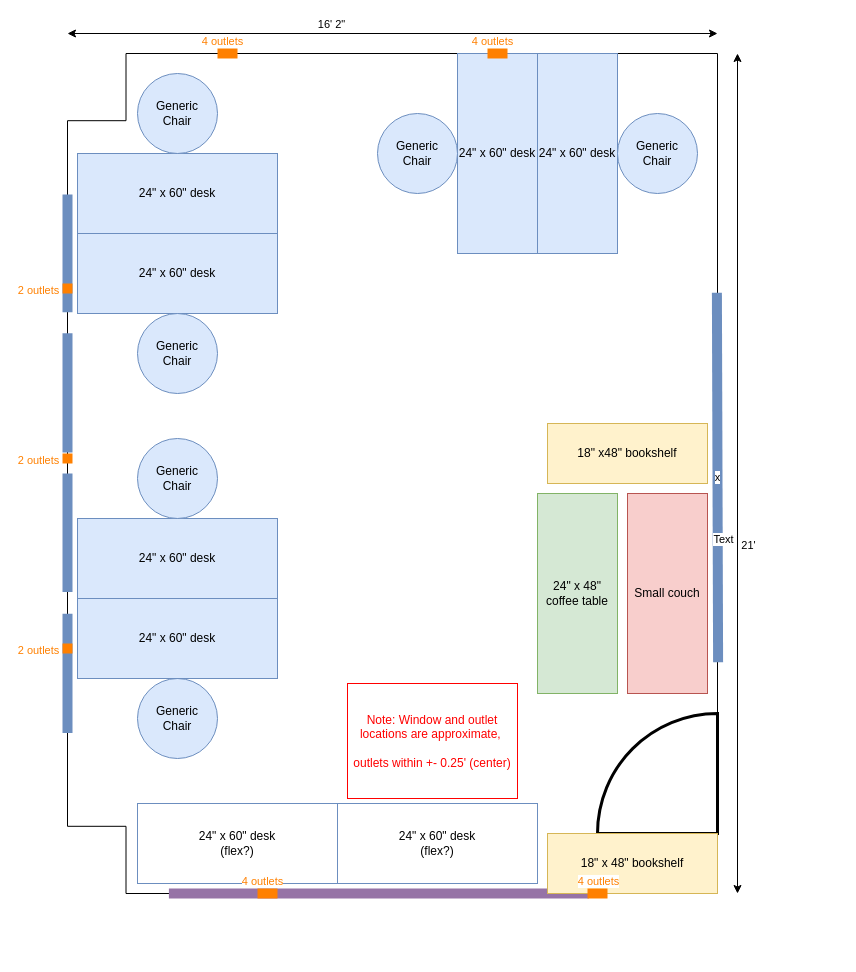
Before: Y2E2_291-Proposed2022-07-21.drawio in stephaniechin/Y2E2-291, a draw.io diagram. Source tidied: cells renumbered, new cells numbered last; positions are measured from the earlier drawing's top-left corner, leaving out a move shared by most shapes. Both pictures are drawn from the tidied source at 100%, with x=0, y=0 at pixel (67, 33).
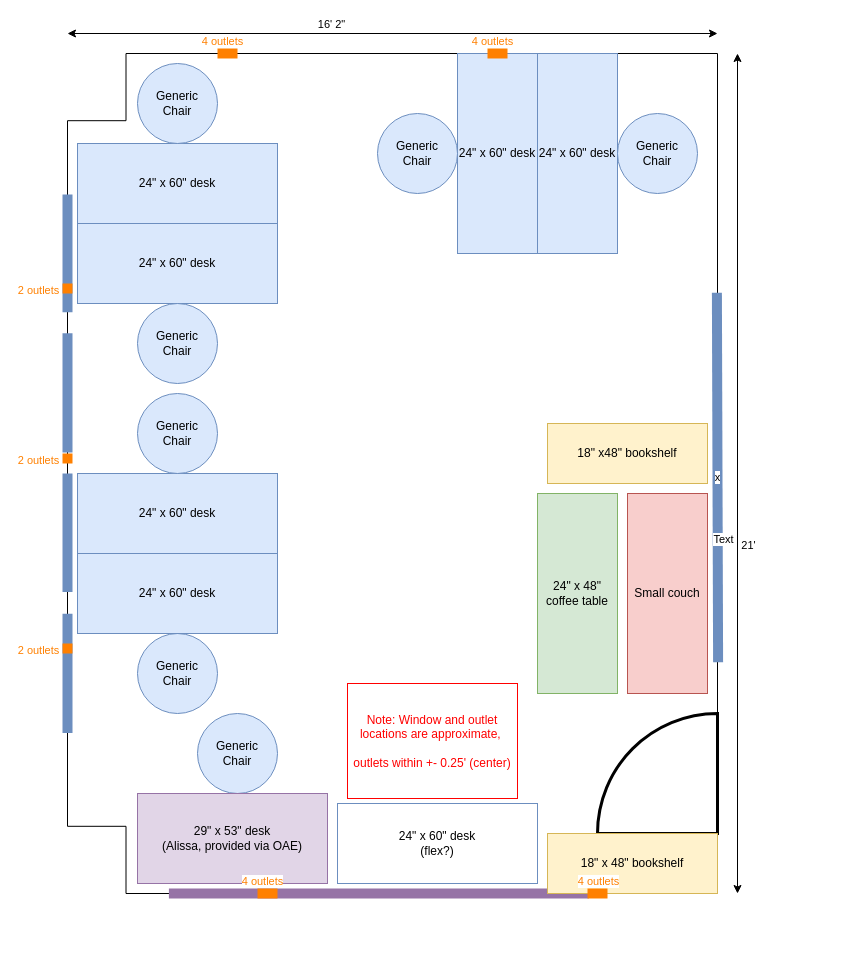
The same diagram, later.

Commit message:
added Alissa's desk

What changed in the source:
```diff
@@
+    <mxCell id="52" value="Generic &lt;br&gt;Chair" style="ellipse;whiteSpace=wrap;html=1;fillColor=#dae8fc;strokeColor=#6c8ebf;" parent="16" vertex="1">
+      <mxGeometry x="130" y="680" width="80" height="80" as="geometry" />
+    </mxCell>
@@
     <mxCell id="22" value="24&quot; x 60&quot; desk" style="rounded=0;whiteSpace=wrap;html=1;rotation=0;fillColor=#dae8fc;strokeColor=#6c8ebf;direction=east;" parent="18" vertex="1">
-      <mxGeometry x="10" y="485" width="200" height="80" as="geometry" />
+      <mxGeometry x="10" y="440" width="200" height="80" as="geometry" />
     </mxCell>
@@
     <mxCell id="25" value="Generic &lt;br&gt;Chair" style="ellipse;whiteSpace=wrap;html=1;fillColor=#dae8fc;strokeColor=#6c8ebf;" parent="18" vertex="1">
-      <mxGeometry x="70" y="645" width="80" height="80" as="geometry" />
+      <mxGeometry x="70" y="600" width="80" height="80" as="geometry" />
     </mxCell>
     <mxCell id="26" value="Generic &lt;br&gt;Chair" style="ellipse;whiteSpace=wrap;html=1;fillColor=#dae8fc;strokeColor=#6c8ebf;" parent="18" vertex="1">
-      <mxGeometry x="70" y="405" width="80" height="80" as="geometry" />
+      <mxGeometry x="70" y="360" width="80" height="80" as="geometry" />
     </mxCell>
@@
     <mxCell id="29" value="24&quot; x 60&quot; desk" style="rounded=0;whiteSpace=wrap;html=1;rotation=0;fillColor=#dae8fc;strokeColor=#6c8ebf;direction=west;" parent="18" vertex="1">
-      <mxGeometry x="10" y="565" width="200" height="80" as="geometry" />
+      <mxGeometry x="10" y="520" width="200" height="80" as="geometry" />
     </mxCell>
@@
     <mxCell id="31" value="24&quot; x 60&quot; desk" style="rounded=0;whiteSpace=wrap;html=1;rotation=0;fillColor=#dae8fc;strokeColor=#6c8ebf;" parent="18" vertex="1">
-      <mxGeometry x="10" y="200" width="200" height="80" as="geometry" />
+      <mxGeometry x="10" y="190" width="200" height="80" as="geometry" />
     </mxCell>
     <mxCell id="32" value="24&quot; x 60&quot; desk" style="rounded=0;whiteSpace=wrap;html=1;rotation=0;fillColor=#dae8fc;strokeColor=#6c8ebf;direction=west;" parent="18" vertex="1">
-      <mxGeometry x="10" y="120" width="200" height="80" as="geometry" />
+      <mxGeometry x="10" y="110" width="200" height="80" as="geometry" />
     </mxCell>
     <mxCell id="33" value="Generic &lt;br&gt;Chair" style="ellipse;whiteSpace=wrap;html=1;fillColor=#dae8fc;strokeColor=#6c8ebf;" parent="18" vertex="1">
-      <mxGeometry x="70" y="280" width="80" height="80" as="geometry" />
+      <mxGeometry x="70" y="270" width="80" height="80" as="geometry" />
     </mxCell>
     <mxCell id="34" value="Generic &lt;br&gt;Chair" style="ellipse;whiteSpace=wrap;html=1;fillColor=#dae8fc;strokeColor=#6c8ebf;" parent="18" vertex="1">
-      <mxGeometry x="70" y="40" width="80" height="80" as="geometry" />
+      <mxGeometry x="70" y="30" width="80" height="80" as="geometry" />
     </mxCell>
-    <mxCell id="35" value="24&quot; x 60&quot; desk&lt;br&gt;(flex?)" style="rounded=0;whiteSpace=wrap;html=1;rotation=0;direction=east;fillColor=#FFFFFF;strokeColor=#6c8ebf;" parent="18" vertex="1">
-      <mxGeometry x="70" y="770" width="200" height="80" as="geometry" />
+    <mxCell id="35" value="29&quot; x 53&quot; desk&lt;br&gt;(Alissa, provided via OAE)" style="rounded=0;whiteSpace=wrap;html=1;rotation=0;direction=east;fillColor=#e1d5e7;strokeColor=#9673a6;" parent="18" vertex="1">
+      <mxGeometry x="70" y="760" width="190" height="90" as="geometry" />
     </mxCell>
```
